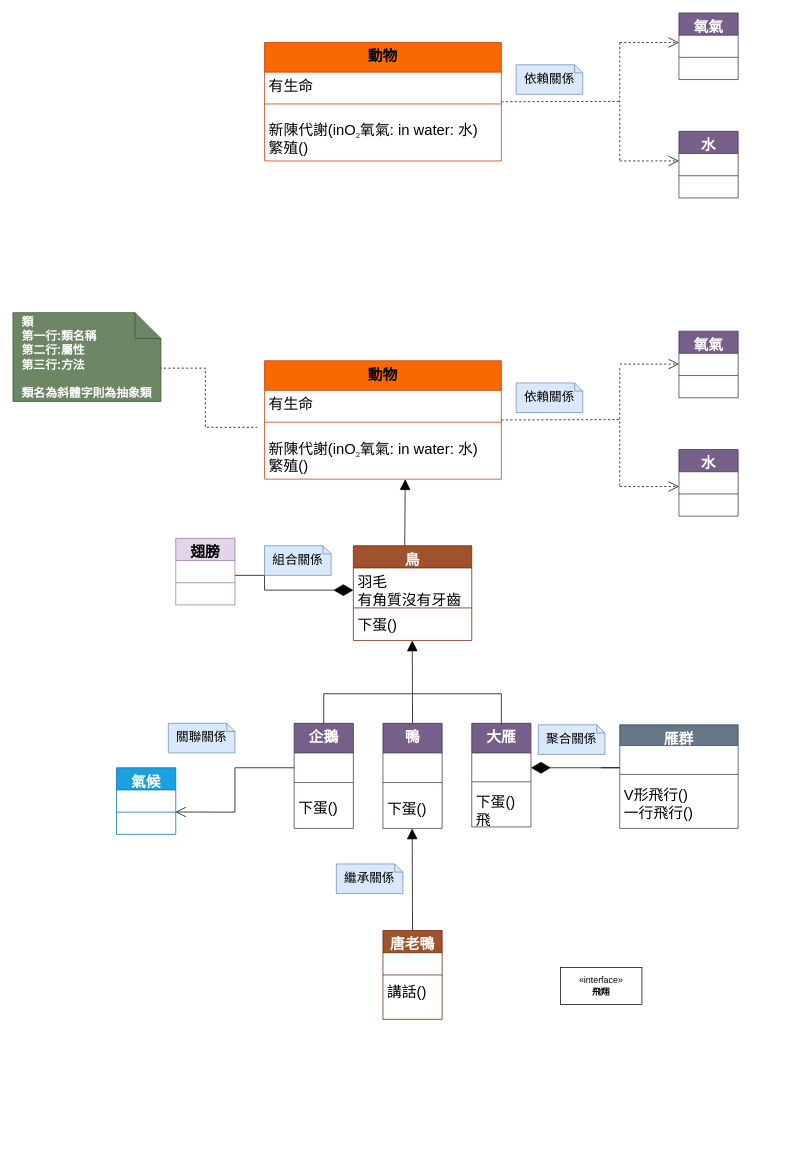
Before: 未命名绘图.drawio in Bourne45/report, a draw.io diagram. Source tidied: cells renumbered, new cells numbered last; positions are measured from the earlier drawing's top-left corner, leaving out a move shared by most shapes. Both pictures are drawn from the tidied source at 74%, with x=0, y=0 at pixel (13, 13).
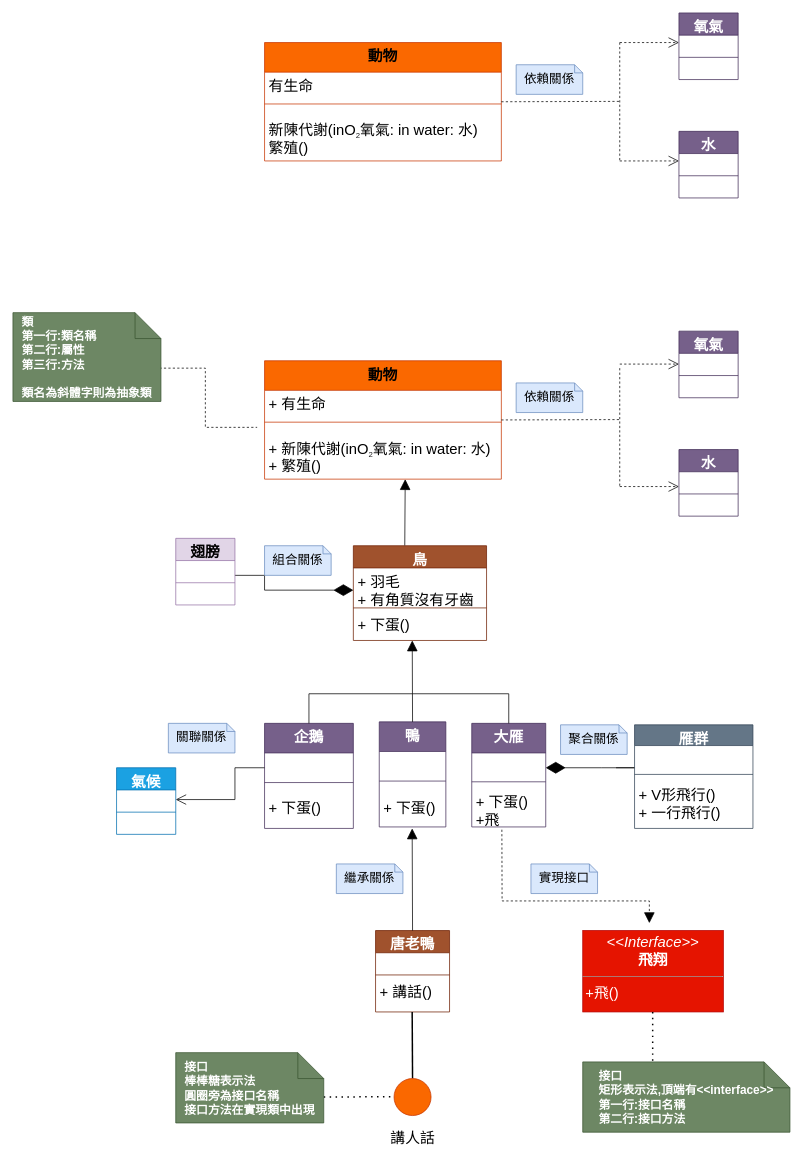
The same page after the edit.

Commit message (it also covers changes not shown here):
更新未命名绘图.drawio

Unchanged cells that the change refers to:
```xml
<mxCell id="17" value="&lt;font style=&quot;font-size: 20px;&quot;&gt;動物&lt;/font&gt;" style="swimlane;fontStyle=1;align=center;verticalAlign=top;horizontal=1;startSize=40;whiteSpace=wrap;html=1;arcSize=22;fillColor=#FA6800;strokeColor=#C73500;fontColor=#000000;" parent="1" vertex="1">
  <mxGeometry x="340" y="470" width="320" height="160" as="geometry" />
</mxCell>
<mxCell id="71" value="&amp;nbsp;&amp;nbsp;" style="text;strokeColor=none;fillColor=none;align=left;verticalAlign=top;spacingLeft=4;spacingRight=4;overflow=hidden;points=[[0,0.5],[1,0.5]];portConstraint=eastwest;whiteSpace=wrap;html=1;" parent="70" vertex="1">
  <mxGeometry y="30" width="80" height="26" as="geometry" />
</mxCell>
```

What changed in the source:
```diff
@@
-    <mxCell id="18" value="&lt;font style=&quot;font-size: 20px;&quot;&gt;有生命&lt;/font&gt;" style="text;strokeColor=none;fillColor=none;align=left;verticalAlign=top;spacingLeft=4;spacingRight=4;overflow=hidden;whiteSpace=wrap;html=1;" parent="17" vertex="1">
+    <mxCell id="18" value="&lt;font style=&quot;font-size: 20px;&quot;&gt;+ 有生命&lt;/font&gt;" style="text;strokeColor=none;fillColor=none;align=left;verticalAlign=top;spacingLeft=4;spacingRight=4;overflow=hidden;whiteSpace=wrap;html=1;" parent="17" vertex="1">
       <mxGeometry y="40" width="320" height="26" as="geometry" />
     </mxCell>
@@
-    <mxCell id="20" value="&lt;font style=&quot;font-size: 20px;&quot;&gt;新陳代謝(inO&lt;span style=&quot;color: rgb(32, 33, 34); font-family: sans-serif; text-indent: 0em; background-color: rgb(255, 255, 255); line-height: 1.2em; display: inline-block; margin-bottom: -0.3em; vertical-align: -0.4em; font-size: 10.5056px; animation-delay: -0.01ms !important; animation-duration: 0.01ms !important; animation-iteration-count: 1 !important; scroll-behavior: auto !important; transition-duration: 0ms !important;&quot;&gt;&lt;br style=&quot;animation-delay: -0.01ms !important; animation-duration: 0.01ms !important; animation-iteration-count: 1 !important; scroll-behavior: auto !important; transition-duration: 0ms !important;&quot;&gt;2&lt;/span&gt;氧氣: in water: 水)&lt;br&gt;繁殖()&lt;br&gt;&lt;/font&gt;" style="text;strokeColor=none;fillColor=none;align=left;verticalAlign=top;spacingLeft=4;spacingRight=4;overflow=hidden;points=[[0,0.5],[1,0.5]];portConstraint=eastwest;whiteSpace=wrap;html=1;spacingTop=0;spacingBottom=0;" parent="17" vertex="1">
+    <mxCell id="20" value="&lt;font style=&quot;font-size: 20px;&quot;&gt;+ 新陳代謝(inO&lt;span style=&quot;color: rgb(32, 33, 34); font-family: sans-serif; text-indent: 0em; background-color: rgb(255, 255, 255); line-height: 1.2em; display: inline-block; margin-bottom: -0.3em; vertical-align: -0.4em; font-size: 10.5056px; animation-delay: -0.01ms !important; animation-duration: 0.01ms !important; animation-iteration-count: 1 !important; scroll-behavior: auto !important; transition-duration: 0ms !important;&quot;&gt;&lt;br style=&quot;animation-delay: -0.01ms !important; animation-duration: 0.01ms !important; animation-iteration-count: 1 !important; scroll-behavior: auto !important; transition-duration: 0ms !important;&quot;&gt;2&lt;/span&gt;氧氣: in water: 水)&lt;br&gt;+ 繁殖()&lt;br&gt;&lt;/font&gt;" style="text;strokeColor=none;fillColor=none;align=left;verticalAlign=top;spacingLeft=4;spacingRight=4;overflow=hidden;points=[[0,0.5],[1,0.5]];portConstraint=eastwest;whiteSpace=wrap;html=1;spacingTop=0;spacingBottom=0;" parent="17" vertex="1">
       <mxGeometry y="100" width="320" height="60" as="geometry" />
     </mxCell>
@@
     <mxCell id="34" value="&lt;font style=&quot;font-size: 20px;&quot;&gt;鳥&lt;/font&gt;" style="swimlane;fontStyle=1;align=center;verticalAlign=top;horizontal=1;startSize=30;whiteSpace=wrap;html=1;fillColor=#a0522d;strokeColor=#6D1F00;fontColor=#ffffff;" parent="1" vertex="1">
-      <mxGeometry x="460" y="720" width="160" height="128" as="geometry" />
+      <mxGeometry x="460" y="720" width="180" height="128" as="geometry" />
     </mxCell>
-    <mxCell id="35" value="&lt;font style=&quot;font-size: 20px;&quot;&gt;羽毛&lt;br&gt;有角質沒有牙齒&lt;/font&gt;" style="text;strokeColor=none;fillColor=none;align=left;verticalAlign=top;spacingLeft=4;spacingRight=4;overflow=hidden;whiteSpace=wrap;html=1;" parent="34" vertex="1">
-      <mxGeometry y="30" width="160" height="50" as="geometry" />
+    <mxCell id="35" value="&lt;font style=&quot;font-size: 20px;&quot;&gt;+ 羽毛&lt;br&gt;+ 有角質沒有牙齒&lt;/font&gt;" style="text;strokeColor=none;fillColor=none;align=left;verticalAlign=top;spacingLeft=4;spacingRight=4;overflow=hidden;whiteSpace=wrap;html=1;" parent="34" vertex="1">
+      <mxGeometry y="30" width="180" height="50" as="geometry" />
     </mxCell>
     <mxCell id="36" style="line;strokeWidth=1;fillColor=none;align=left;verticalAlign=middle;spacingTop=-1;spacingLeft=3;spacingRight=3;labelPosition=right;strokeColor=inherit;" parent="34" vertex="1">
-      <mxGeometry y="80" width="160" height="8" as="geometry" />
+      <mxGeometry y="80" width="180" height="8" as="geometry" />
     </mxCell>
-    <mxCell id="37" value="&lt;font style=&quot;font-size: 20px;&quot;&gt;下蛋()&lt;/font&gt;" style="text;strokeColor=none;fillColor=none;align=left;verticalAlign=top;spacingLeft=4;spacingRight=4;overflow=hidden;whiteSpace=wrap;html=1;" parent="34" vertex="1">
-      <mxGeometry y="88" width="160" height="40" as="geometry" />
+    <mxCell id="37" value="&lt;font style=&quot;font-size: 20px;&quot;&gt;+ 下蛋()&lt;/font&gt;" style="text;strokeColor=none;fillColor=none;align=left;verticalAlign=top;spacingLeft=4;spacingRight=4;overflow=hidden;whiteSpace=wrap;html=1;" parent="34" vertex="1">
+      <mxGeometry y="88" width="180" height="40" as="geometry" />
     </mxCell>
@@
     <mxCell id="49" value="&lt;font style=&quot;font-size: 20px;&quot;&gt;企鵝&lt;/font&gt;" style="swimlane;fontStyle=1;align=center;verticalAlign=top;horizontal=1;startSize=40;whiteSpace=wrap;html=1;fillColor=#76608a;strokeColor=#432D57;fontColor=#ffffff;" parent="1" vertex="1">
-      <mxGeometry x="380" y="960" width="80" height="142" as="geometry" />
+      <mxGeometry x="340" y="960" width="120" height="142" as="geometry" />
     </mxCell>
     <mxCell id="50" value="&amp;nbsp;&amp;nbsp;" style="text;strokeColor=none;fillColor=none;align=left;verticalAlign=top;spacingLeft=4;spacingRight=4;overflow=hidden;whiteSpace=wrap;html=1;" parent="49" vertex="1">
-      <mxGeometry y="40" width="80" height="30" as="geometry" />
+      <mxGeometry y="40" width="120" height="30" as="geometry" />
     </mxCell>
     <mxCell id="51" style="line;strokeWidth=1;fillColor=none;align=left;verticalAlign=middle;spacingTop=-1;spacingLeft=3;spacingRight=3;labelPosition=right;strokeColor=inherit;" parent="49" vertex="1">
-      <mxGeometry y="70" width="80" height="20" as="geometry" />
+      <mxGeometry y="70" width="120" height="20" as="geometry" />
     </mxCell>
-    <mxCell id="52" value="&lt;p style=&quot;line-height: 110%;&quot;&gt;&lt;font style=&quot;font-size: 20px;&quot;&gt;下蛋()&lt;/font&gt;&lt;/p&gt;" style="text;strokeColor=none;fillColor=none;align=left;verticalAlign=top;spacingLeft=4;spacingRight=4;overflow=hidden;whiteSpace=wrap;html=1;" parent="49" vertex="1">
-      <mxGeometry y="90" width="80" height="52" as="geometry" />
+    <mxCell id="52" value="&lt;p style=&quot;line-height: 110%;&quot;&gt;&lt;font style=&quot;font-size: 20px;&quot;&gt;+ 下蛋()&lt;/font&gt;&lt;/p&gt;" style="text;strokeColor=none;fillColor=none;align=left;verticalAlign=top;spacingLeft=4;spacingRight=4;overflow=hidden;whiteSpace=wrap;html=1;" parent="49" vertex="1">
+      <mxGeometry y="90" width="120" height="52" as="geometry" />
     </mxCell>
     <mxCell id="53" value="&lt;font style=&quot;font-size: 20px;&quot;&gt;大雁&lt;/font&gt;" style="swimlane;fontStyle=1;align=center;verticalAlign=top;horizontal=1;startSize=40;whiteSpace=wrap;html=1;fillColor=#76608a;strokeColor=#432D57;fontColor=#ffffff;" parent="1" vertex="1">
-      <mxGeometry x="620" y="960" width="80" height="140" as="geometry" />
+      <mxGeometry x="620" y="960" width="100" height="140" as="geometry" />
     </mxCell>
     <mxCell id="54" value="&amp;nbsp;&amp;nbsp;" style="text;strokeColor=none;fillColor=none;align=left;verticalAlign=top;spacingLeft=4;spacingRight=4;overflow=hidden;whiteSpace=wrap;html=1;" parent="53" vertex="1">
-      <mxGeometry y="40" width="80" height="30" as="geometry" />
+      <mxGeometry y="40" width="100" height="30" as="geometry" />
     </mxCell>
     <mxCell id="55" style="line;strokeWidth=1;fillColor=none;align=left;verticalAlign=middle;spacingTop=-1;spacingLeft=3;spacingRight=3;labelPosition=right;strokeColor=inherit;" parent="53" vertex="1">
-      <mxGeometry y="70" width="80" height="18" as="geometry" />
+      <mxGeometry y="70" width="100" height="18" as="geometry" />
     </mxCell>
-    <mxCell id="56" value="&lt;font style=&quot;font-size: 20px;&quot;&gt;下蛋()&lt;br&gt;飛&lt;/font&gt;" style="text;strokeColor=none;fillColor=none;align=left;verticalAlign=top;spacingLeft=4;spacingRight=4;overflow=hidden;points=[[0,0.5],[1,0.5]];portConstraint=eastwest;whiteSpace=wrap;html=1;" parent="53" vertex="1">
-      <mxGeometry y="88" width="80" height="52" as="geometry" />
+    <mxCell id="56" value="&lt;font style=&quot;font-size: 20px;&quot;&gt;+ 下蛋()&lt;br&gt;+飛&lt;/font&gt;" style="text;strokeColor=none;fillColor=none;align=left;verticalAlign=top;spacingLeft=4;spacingRight=4;overflow=hidden;points=[[0,0.5],[1,0.5]];portConstraint=eastwest;whiteSpace=wrap;html=1;" parent="53" vertex="1">
+      <mxGeometry y="88" width="100" height="52" as="geometry" />
     </mxCell>
     <mxCell id="57" value="&lt;font style=&quot;font-size: 20px;&quot;&gt;鴨&lt;/font&gt;" style="swimlane;fontStyle=1;align=center;verticalAlign=top;horizontal=1;startSize=40;whiteSpace=wrap;html=1;fillColor=#76608a;strokeColor=#432D57;fontColor=#ffffff;" parent="1" vertex="1">
-      <mxGeometry x="500" y="960" width="80" height="142" as="geometry" />
+      <mxGeometry x="495" y="958" width="90" height="142" as="geometry" />
     </mxCell>
     <mxCell id="58" value="&amp;nbsp;&amp;nbsp;" style="text;strokeColor=none;fillColor=none;align=left;verticalAlign=top;spacingLeft=4;spacingRight=4;overflow=hidden;whiteSpace=wrap;html=1;" parent="57" vertex="1">
-      <mxGeometry y="40" width="80" height="30" as="geometry" />
+      <mxGeometry y="40" width="90" height="30" as="geometry" />
     </mxCell>
     <mxCell id="59" style="line;strokeWidth=1;fillColor=none;align=left;verticalAlign=middle;spacingTop=-1;spacingLeft=3;spacingRight=3;labelPosition=right;strokeColor=inherit;" parent="57" vertex="1">
-      <mxGeometry y="70" width="80" height="20" as="geometry" />
+      <mxGeometry y="70" width="90" height="20" as="geometry" />
     </mxCell>
-    <mxCell id="60" value="&lt;p style=&quot;line-height: 126%;&quot;&gt;&lt;font style=&quot;font-size: 20px;&quot;&gt;下蛋()&lt;/font&gt;&lt;/p&gt;" style="text;strokeColor=none;fillColor=none;align=left;verticalAlign=top;spacingLeft=4;spacingRight=4;overflow=hidden;whiteSpace=wrap;html=1;" parent="57" vertex="1">
-      <mxGeometry y="90" width="80" height="52" as="geometry" />
+    <mxCell id="60" value="&lt;p style=&quot;line-height: 126%;&quot;&gt;&lt;font style=&quot;font-size: 20px;&quot;&gt;+ 下蛋()&lt;/font&gt;&lt;/p&gt;" style="text;strokeColor=none;fillColor=none;align=left;verticalAlign=top;spacingLeft=4;spacingRight=4;overflow=hidden;whiteSpace=wrap;html=1;" parent="57" vertex="1">
+      <mxGeometry y="90" width="90" height="52" as="geometry" />
     </mxCell>
     <mxCell id="61" style="endArrow=none;html=1;rounded=0;entryX=0.5;entryY=0;entryDx=0;entryDy=0;exitX=0.5;exitY=0;exitDx=0;exitDy=0;exitPerimeter=0;" parent="1" edge="1" source="49" target="53">
       <mxGeometry relative="1" as="geometry">
         <Array as="points">
-          <mxPoint x="420" y="920" />
+          <mxPoint x="400" y="920" />
           <mxPoint x="540" y="920" />
-          <mxPoint x="660" y="920" />
+          <mxPoint x="670" y="920" />
         </Array>
       </mxGeometry>
     </mxCell>
@@
     <mxCell id="63" style="endArrow=diamondThin;endFill=1;endSize=24;html=1;rounded=0;strokeColor=default;" parent="1" edge="1">
       <mxGeometry relative="1" as="geometry">
-        <mxPoint x="795" y="1020" as="sourcePoint" />
-        <mxPoint x="700" y="1020" as="targetPoint" />
+        <mxPoint x="815" y="1020" as="sourcePoint" />
+        <mxPoint x="720" y="1020" as="targetPoint" />
         <Array as="points">
-          <mxPoint x="820" y="1020" />
-          <mxPoint x="775" y="1020" />
+          <mxPoint x="840" y="1020" />
+          <mxPoint x="795" y="1020" />
         </Array>
       </mxGeometry>
     </mxCell>
     <mxCell id="64" value="&lt;font style=&quot;font-size: 17px;&quot;&gt;聚合關係&lt;/font&gt;" style="shape=note;size=11;whiteSpace=wrap;html=1;fillColor=#dae8fc;strokeColor=#6c8ebf;" parent="1" vertex="1">
-      <mxGeometry x="710" y="962" width="90" height="40" as="geometry" />
+      <mxGeometry x="740" y="962" width="90" height="40" as="geometry" />
     </mxCell>
     <mxCell id="65" value="&lt;font style=&quot;font-size: 20px;&quot;&gt;雁群&lt;/font&gt;" style="swimlane;fontStyle=1;align=center;verticalAlign=top;horizontal=1;startSize=28;whiteSpace=wrap;html=1;fillColor=#647687;strokeColor=#314354;fontColor=#ffffff;" parent="1" vertex="1">
-      <mxGeometry x="820" y="962" width="160" height="140" as="geometry" />
+      <mxGeometry x="840" y="962" width="160" height="140" as="geometry" />
     </mxCell>
@@
-    <mxCell id="68" value="&lt;span style=&quot;font-size: 20px;&quot;&gt;V形飛行()&lt;br&gt;一行飛行()&lt;br&gt;&lt;/span&gt;" style="text;strokeColor=none;fillColor=none;align=left;verticalAlign=top;spacingLeft=4;spacingRight=4;overflow=hidden;whiteSpace=wrap;html=1;" parent="65" vertex="1">
+    <mxCell id="68" value="&lt;span style=&quot;font-size: 20px;&quot;&gt;+ V形飛行()&lt;br&gt;+ 一行飛行()&lt;br&gt;&lt;/span&gt;" style="text;strokeColor=none;fillColor=none;align=left;verticalAlign=top;spacingLeft=4;spacingRight=4;overflow=hidden;whiteSpace=wrap;html=1;" parent="65" vertex="1">
       <mxGeometry y="76" width="160" height="64" as="geometry" />
     </mxCell>
-    <mxCell id="69" style="endArrow=open;endFill=1;endSize=12;html=1;rounded=0;entryX=0.996;entryY=1.147;entryDx=0;entryDy=0;entryPerimeter=0;" parent="1" edge="1" target="71">
+    <mxCell id="69" style="endArrow=open;endFill=1;endSize=12;html=1;rounded=0;entryX=1;entryY=0.5;entryDx=0;entryDy=0;" parent="1" edge="1" target="71">
       <mxGeometry relative="1" as="geometry">
-        <mxPoint x="380" y="1020" as="sourcePoint" />
+        <mxPoint x="340" y="1020" as="sourcePoint" />
         <Array as="points">
           <mxPoint x="300" y="1020" />
-          <mxPoint x="300" y="1080" />
+          <mxPoint x="300" y="1063" />
         </Array>
       </mxGeometry>
     </mxCell>
@@
     <mxCell id="75" value="&lt;font style=&quot;font-size: 20px;&quot;&gt;唐老鴨&lt;/font&gt;" style="swimlane;fontStyle=1;align=center;verticalAlign=top;horizontal=1;startSize=30;whiteSpace=wrap;html=1;fillColor=#a0522d;strokeColor=#6D1F00;fontColor=#ffffff;" parent="1" vertex="1">
-      <mxGeometry x="500" y="1240" width="80" height="120" as="geometry" />
+      <mxGeometry x="490" y="1240" width="100" height="110" as="geometry" />
     </mxCell>
     <mxCell id="76" value="&amp;nbsp;&amp;nbsp;" style="text;strokeColor=none;fillColor=none;align=left;verticalAlign=top;spacingLeft=4;spacingRight=4;overflow=hidden;whiteSpace=wrap;html=1;" parent="75" vertex="1">
-      <mxGeometry y="30" width="80" height="26" as="geometry" />
+      <mxGeometry y="30" width="100" height="26" as="geometry" />
     </mxCell>
     <mxCell id="77" style="line;strokeWidth=1;fillColor=none;align=left;verticalAlign=middle;spacingTop=-1;spacingLeft=3;spacingRight=3;labelPosition=right;strokeColor=inherit;" parent="75" vertex="1">
-      <mxGeometry y="56" width="80" height="8" as="geometry" />
+      <mxGeometry y="56" width="100" height="8" as="geometry" />
     </mxCell>
-    <mxCell id="78" value="&lt;font style=&quot;font-size: 20px;&quot;&gt;講話()&lt;/font&gt;" style="text;strokeColor=none;fillColor=none;align=left;verticalAlign=top;spacingLeft=4;spacingRight=4;overflow=hidden;whiteSpace=wrap;html=1;" parent="75" vertex="1">
-      <mxGeometry y="64" width="80" height="56" as="geometry" />
+    <mxCell id="78" value="&lt;font style=&quot;font-size: 20px;&quot;&gt;+ 講話()&lt;/font&gt;" style="text;strokeColor=none;fillColor=none;align=left;verticalAlign=top;spacingLeft=4;spacingRight=4;overflow=hidden;whiteSpace=wrap;html=1;" parent="75" vertex="1">
+      <mxGeometry y="64" width="100" height="46" as="geometry" />
     </mxCell>
@@
-    <mxCell id="81" value="«interface»&lt;br&gt;&lt;b&gt;飛翔&lt;/b&gt;" style="html=1;whiteSpace=wrap;" parent="1" vertex="1">
-      <mxGeometry x="740" y="1290" width="110" height="50" as="geometry" />
-    </mxCell>
+    <mxCell id="82" value="&lt;p style=&quot;margin: 4px 0px 0px; text-align: center; font-size: 20px;&quot;&gt;&lt;i&gt;&amp;lt;&amp;lt;Interface&amp;gt;&amp;gt;&lt;/i&gt;&lt;br&gt;&lt;b&gt;飛翔&lt;/b&gt;&lt;/p&gt;&lt;hr style=&quot;font-size: 20px;&quot; size=&quot;1&quot;&gt;&lt;p style=&quot;margin: 0px 0px 0px 4px; font-size: 20px;&quot;&gt;&lt;font style=&quot;font-size: 20px;&quot;&gt;+飛()&lt;/font&gt;&lt;/p&gt;" style="verticalAlign=top;align=left;overflow=fill;fontSize=12;fontFamily=Helvetica;html=1;whiteSpace=wrap;fillColor=#e51400;fontColor=#ffffff;strokeColor=#B20000;" parent="1" vertex="1">
+      <mxGeometry x="770" y="1240" width="190" height="110" as="geometry" />
+    </mxCell>
+    <mxCell id="83" style="endArrow=block;endFill=1;endSize=12;html=1;rounded=0;exitX=0.407;exitY=1.071;exitDx=0;exitDy=0;exitPerimeter=0;dashed=1;" parent="1" edge="1" source="56">
+      <mxGeometry relative="1" as="geometry">
+        <mxPoint x="860" y="1230" as="targetPoint" />
+        <Array as="points">
+          <mxPoint x="661" y="1200" />
+          <mxPoint x="860" y="1200" />
+        </Array>
+      </mxGeometry>
+    </mxCell>
+    <mxCell id="84" value="&lt;font style=&quot;font-size: 17px;&quot;&gt;實現接口&lt;br&gt;&lt;/font&gt;" style="shape=note;size=11;whiteSpace=wrap;html=1;fillColor=#dae8fc;strokeColor=#6c8ebf;" parent="1" vertex="1">
+      <mxGeometry x="700" y="1150" width="90" height="40" as="geometry" />
+    </mxCell>
+    <mxCell id="85" style="endArrow=none;html=1;rounded=0;strokeWidth=2;" parent="1" edge="1">
+      <mxGeometry relative="1" as="geometry">
+        <mxPoint x="540" y="1440" as="sourcePoint" />
+        <mxPoint x="539.5" y="1350" as="targetPoint" />
+      </mxGeometry>
+    </mxCell>
+    <mxCell id="86" style="ellipse;whiteSpace=wrap;html=1;fillColor=#fa6800;fontColor=#000000;strokeColor=#C73500;" parent="1" vertex="1">
+      <mxGeometry x="515" y="1440" width="50" height="50" as="geometry" />
+    </mxCell>
+    <mxCell id="87" value="&lt;font style=&quot;font-size: 20px;&quot;&gt;講人話&lt;br&gt;&lt;/font&gt;" style="text;html=1;align=center;verticalAlign=middle;strokeColor=none;fillColor=none;" parent="1" vertex="1">
+      <mxGeometry x="500" y="1500" width="80" height="40" as="geometry" />
+    </mxCell>
+    <mxCell id="88" style="endArrow=none;dashed=1;html=1;dashPattern=1 3;strokeWidth=2;rounded=0;" parent="1" edge="1">
+      <mxGeometry relative="1" as="geometry">
+        <mxPoint x="420" y="1465" as="sourcePoint" />
+        <mxPoint x="515" y="1464.5" as="targetPoint" />
+      </mxGeometry>
+    </mxCell>
+    <mxCell id="89" value="&lt;div style=&quot;text-align: left; font-size: 16px;&quot;&gt;&lt;b&gt;接口&lt;/b&gt;&lt;/div&gt;&lt;div style=&quot;text-align: left; font-size: 16px;&quot;&gt;&lt;b&gt;棒棒糖表示法&lt;/b&gt;&lt;/div&gt;&lt;div style=&quot;text-align: left; font-size: 16px;&quot;&gt;&lt;b&gt;圓圈旁為接口名稱&lt;/b&gt;&lt;/div&gt;&lt;div style=&quot;text-align: left; font-size: 16px;&quot;&gt;&lt;b style=&quot;background-color: initial;&quot;&gt;接口方法在實現類中出現&lt;/b&gt;&lt;/div&gt;" style="shape=note;size=35;whiteSpace=wrap;html=1;fillColor=#6d8764;strokeColor=#3A5431;fontColor=#ffffff;" parent="1" vertex="1">
+      <mxGeometry x="220" y="1405" width="200" height="95" as="geometry" />
+    </mxCell>
+    <mxCell id="90" value="&lt;div style=&quot;text-align: left; font-size: 16px;&quot;&gt;&lt;b&gt;接口&lt;/b&gt;&lt;/div&gt;&lt;div style=&quot;text-align: left; font-size: 16px;&quot;&gt;&lt;b&gt;矩形表示法,頂端有&amp;lt;&amp;lt;interface&amp;gt;&amp;gt;&lt;/b&gt;&lt;/div&gt;&lt;div style=&quot;text-align: left; font-size: 16px;&quot;&gt;&lt;b&gt;第一行:接口名稱&lt;/b&gt;&lt;/div&gt;&lt;div style=&quot;text-align: left; font-size: 16px;&quot;&gt;&lt;b&gt;第二行:接口方法&lt;/b&gt;&lt;/div&gt;" style="shape=note;size=35;whiteSpace=wrap;html=1;fillColor=#6d8764;strokeColor=#3A5431;fontColor=#ffffff;" parent="1" vertex="1">
+      <mxGeometry x="770" y="1417.5" width="280" height="95" as="geometry" />
+    </mxCell>
+    <mxCell id="91" style="endArrow=none;dashed=1;html=1;dashPattern=1 3;strokeWidth=2;rounded=0;" parent="1" edge="1">
+      <mxGeometry relative="1" as="geometry">
+        <mxPoint x="864.5" y="1350" as="sourcePoint" />
+        <mxPoint x="864.5" y="1420" as="targetPoint" />
+        <Array as="points">
+          <mxPoint x="864.5" y="1380" />
+        </Array>
+      </mxGeometry>
+    </mxCell>
```
